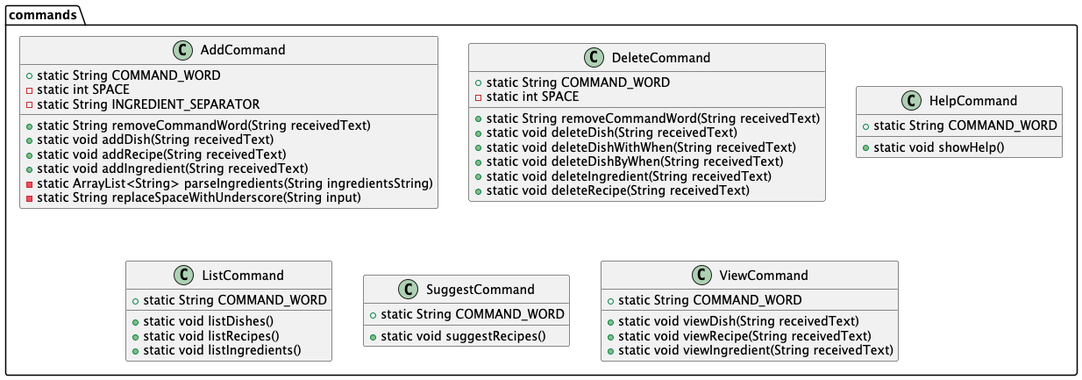
Before: docs/images/Commands.png, a diagram exported from PlantUML (whalesyong/tp).
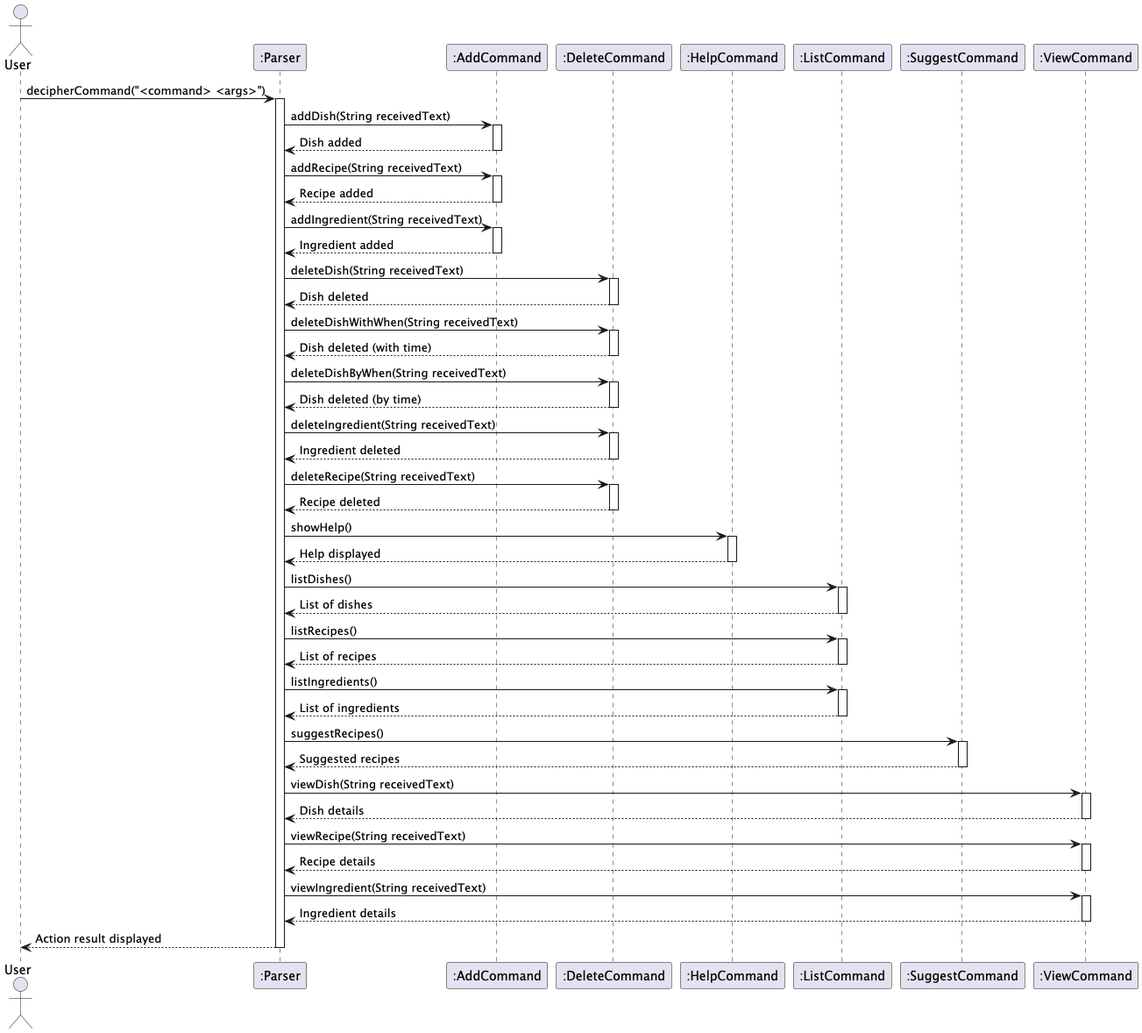
Above is the later version.

Commit message:
Updated Commands illustration in DG to a sequence diagram

What changed in the source:
```diff
@@ -1,54 +1,97 @@
 @startuml
+actor User
+participant ":Parser" as Parser
+participant ":AddCommand" as AddCommand
+participant ":DeleteCommand" as DeleteCommand
+participant ":HelpCommand" as HelpCommand
+participant ":ListCommand" as ListCommand
+participant ":SuggestCommand" as SuggestCommand
+participant ":ViewCommand" as ViewCommand
 
-package "commands" {
+User -> Parser: decipherCommand("<command> <args>")
+activate Parser
 
-    class AddCommand {
-        + static String COMMAND_WORD
-        - static int SPACE
-        - static String INGREDIENT_SEPARATOR
-        + static String removeCommandWord(String receivedText)
-        + static void addDish(String receivedText)
-        + static void addRecipe(String receivedText)
-        + static void addIngredient(String receivedText)
-        - static ArrayList<String> parseIngredients(String ingredientsString)
-        - static String replaceSpaceWithUnderscore(String input)
-    }
+Parser -> AddCommand: addDish(String receivedText)
+activate AddCommand
+AddCommand --> Parser: Dish added
+deactivate AddCommand
 
-    class DeleteCommand {
-        + static String COMMAND_WORD
-        - static int SPACE
-        + static String removeCommandWord(String receivedText)
-        + static void deleteDish(String receivedText)
-        + static void deleteDishWithWhen(String receivedText)
-        + static void deleteDishByWhen(String receivedText)
-        + static void deleteIngredient(String receivedText)
-        + static void deleteRecipe(String receivedText)
-    }
+Parser -> AddCommand: addRecipe(String receivedText)
+activate AddCommand
+AddCommand --> Parser: Recipe added
+deactivate AddCommand
 
-    class HelpCommand {
-        + static String COMMAND_WORD
-        + static void showHelp()
-    }
+Parser -> AddCommand: addIngredient(String receivedText)
+activate AddCommand
+AddCommand --> Parser: Ingredient added
+deactivate AddCommand
 
-    class ListCommand {
-        + static String COMMAND_WORD
-        + static void listDishes()
-        + static void listRecipes()
-        + static void listIngredients()
-    }
+Parser -> DeleteCommand: deleteDish(String receivedText)
+activate DeleteCommand
+DeleteCommand --> Parser: Dish deleted
+deactivate DeleteCommand
 
-    class SuggestCommand {
-        + static String COMMAND_WORD
-        + static void suggestRecipes()
-    }
+Parser -> DeleteCommand: deleteDishWithWhen(String receivedText)
+activate DeleteCommand
+DeleteCommand --> Parser: Dish deleted (with time)
+deactivate DeleteCommand
 
-    class ViewCommand {
-        + static String COMMAND_WORD
-        + static void viewDish(String receivedText)
-        + static void viewRecipe(String receivedText)
-        + static void viewIngredient(String receivedText)
-    }
+Parser -> DeleteCommand: deleteDishByWhen(String receivedText)
+activate DeleteCommand
+DeleteCommand --> Parser: Dish deleted (by time)
+deactivate DeleteCommand
 
-}
+Parser -> DeleteCommand: deleteIngredient(String receivedText)
+activate DeleteCommand
+DeleteCommand --> Parser: Ingredient deleted
+deactivate DeleteCommand
 
+Parser -> DeleteCommand: deleteRecipe(String receivedText)
+activate DeleteCommand
+DeleteCommand --> Parser: Recipe deleted
+deactivate DeleteCommand
+
+Parser -> HelpCommand: showHelp()
+activate HelpCommand
+HelpCommand --> Parser: Help displayed
+deactivate HelpCommand
+
+Parser -> ListCommand: listDishes()
+activate ListCommand
+ListCommand --> Parser: List of dishes
+deactivate ListCommand
+
+Parser -> ListCommand: listRecipes()
+activate ListCommand
+ListCommand --> Parser: List of recipes
+deactivate ListCommand
+
+Parser -> ListCommand: listIngredients()
+activate ListCommand
+ListCommand --> Parser: List of ingredients
+deactivate ListCommand
+
+Parser -> SuggestCommand: suggestRecipes()
+activate SuggestCommand
+SuggestCommand --> Parser: Suggested recipes
+deactivate SuggestCommand
+
+Parser -> ViewCommand: viewDish(String receivedText)
+activate ViewCommand
+ViewCommand --> Parser: Dish details
+deactivate ViewCommand
+
+Parser -> ViewCommand: viewRecipe(String receivedText)
+activate ViewCommand
+ViewCommand --> Parser: Recipe details
+deactivate ViewCommand
+
+Parser -> ViewCommand: viewIngredient(String receivedText)
+activate ViewCommand
+ViewCommand --> Parser: Ingredient details
+deactivate ViewCommand
+
+Parser --> User: Action result displayed
+
+deactivate Parser
 @enduml
```
